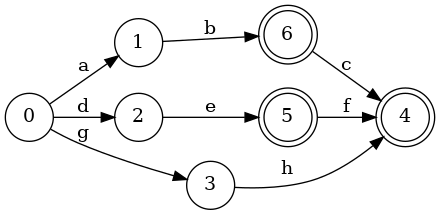
x6x4/LAB2_URGENCY keeps this Graphviz diagram as dfa_output.png. Above is the earlier version. Its source is kept beside it as dfa_output.dot.
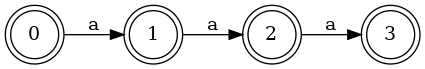
The same file after the commit.

Change to the diagram source:
```diff
@@ -2,14 +2,10 @@
 rankdir="LR"
 node [shape=circle];
 0 -> 1 [label="a"];
-0 -> 2 [label="d"];
-0 -> 3 [label="g"];
-1 -> 6 [label="b"];
-2 -> 5 [label="e"];
-3 -> 4 [label="h"];
-5 -> 4 [label="f"];
-6 -> 4 [label="c"];
-4[label="4"shape=doublecircle];
-5[label="5"shape=doublecircle];
-6[label="6"shape=doublecircle];
+1 -> 2 [label="a"];
+2 -> 3 [label="a"];
+0[label="0"shape=doublecircle];
+1[label="1"shape=doublecircle];
+2[label="2"shape=doublecircle];
+3[label="3"shape=doublecircle];
 }
```
